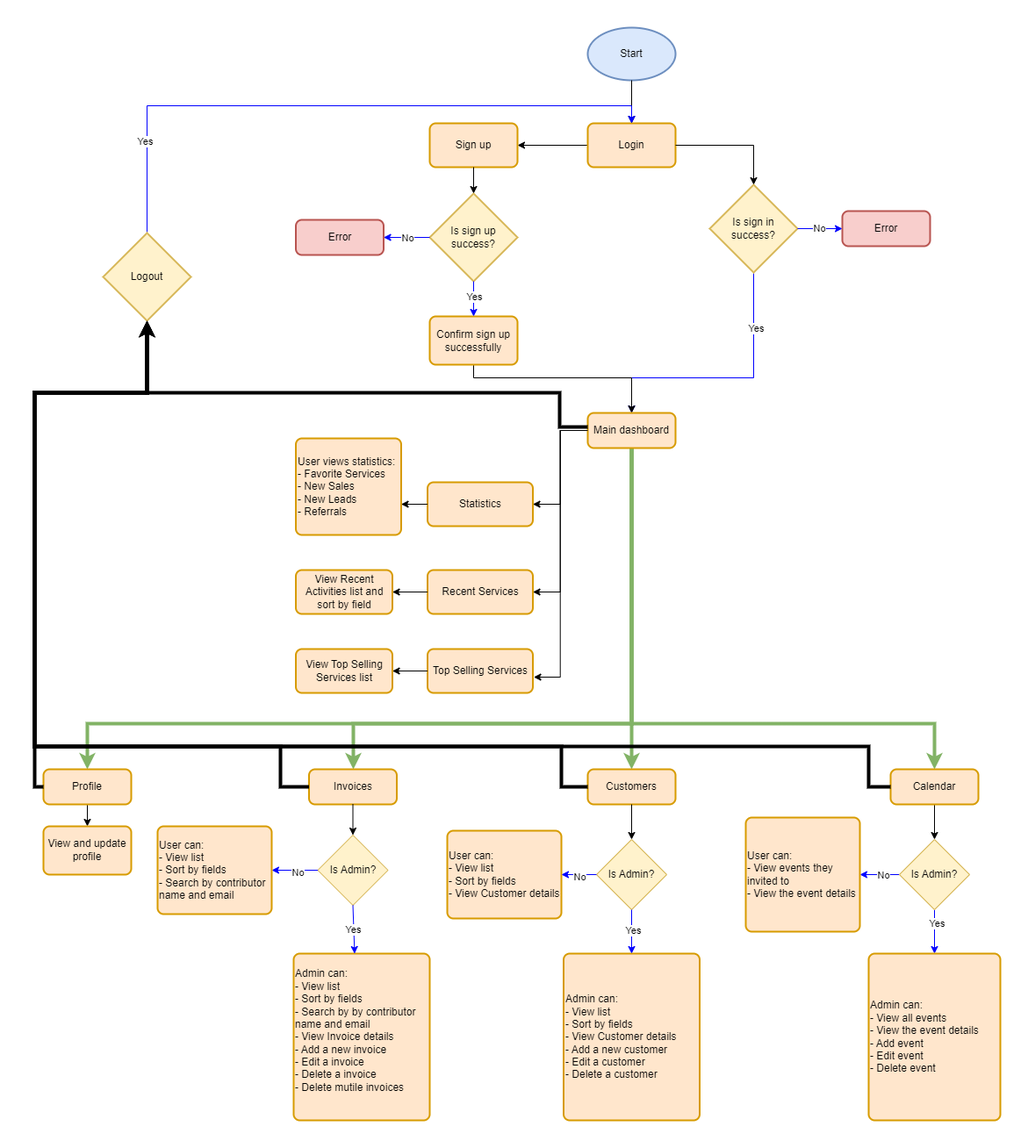
This is public/work-flow.png from duyngo-agilityio/wons-test-pagespeed, a draw.io export, as it was before one commit. Source tidied: cells renumbered, new cells last; positions are measured from the earlier drawing's top-left corner, leaving out a move shared by most shapes.
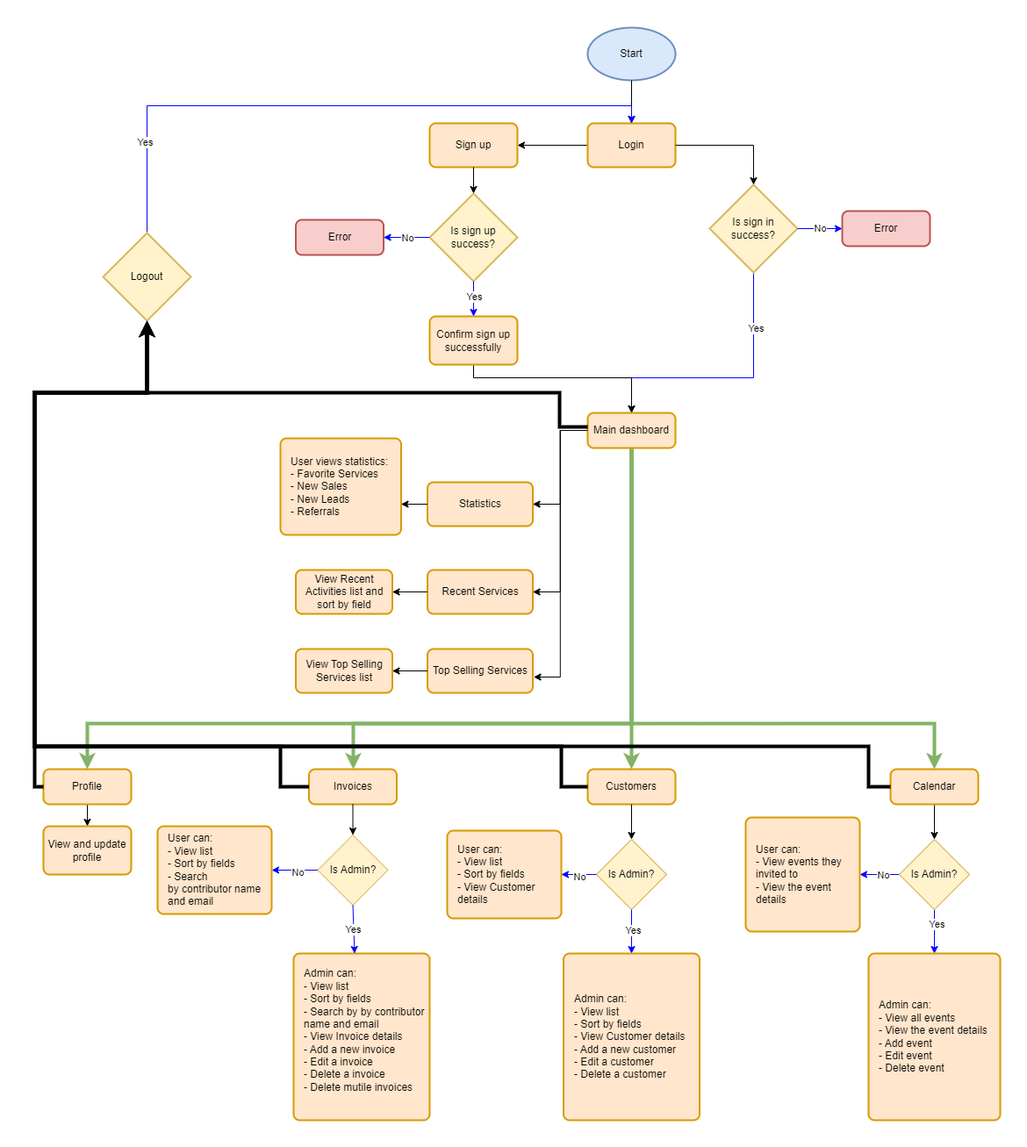
After the commit.

Change to the diagram source:
```diff
@@ -75,8 +75,8 @@
     <mxCell id="17" value="Main dashboard" style="rounded=1;whiteSpace=wrap;html=1;absoluteArcSize=1;arcSize=14;strokeWidth=2;fillColor=#ffe6cc;strokeColor=#d79b00;" parent="1" vertex="1">
       <mxGeometry x="630" y="439" width="100" height="40" as="geometry" />
     </mxCell>
-    <mxCell id="18" value="User views statistics:&lt;div&gt;- Favorite Services&lt;/div&gt;&lt;div&gt;- New Sales&lt;/div&gt;&lt;div&gt;- New Leads&lt;/div&gt;&lt;div&gt;- Referrals&lt;/div&gt;" style="rounded=1;whiteSpace=wrap;html=1;absoluteArcSize=1;arcSize=14;strokeWidth=2;align=left;fillColor=#ffe6cc;strokeColor=#d79b00;" parent="1" vertex="1">
-      <mxGeometry x="297.5" y="468" width="120" height="110" as="geometry" />
+    <mxCell id="18" value="User views statistics:&lt;div&gt;- Favorite Services&lt;/div&gt;&lt;div&gt;- New Sales&lt;/div&gt;&lt;div&gt;- New Leads&lt;/div&gt;&lt;div&gt;- Referrals&lt;/div&gt;" style="rounded=1;whiteSpace=wrap;html=1;absoluteArcSize=1;arcSize=14;strokeWidth=2;align=left;fillColor=#ffe6cc;strokeColor=#d79b00;spacingLeft=10;" parent="1" vertex="1">
+      <mxGeometry x="280" y="468" width="137.5" height="110" as="geometry" />
     </mxCell>
     <mxCell id="19" value="Recent Services" style="rounded=1;whiteSpace=wrap;html=1;absoluteArcSize=1;arcSize=14;strokeWidth=2;fillColor=#ffe6cc;strokeColor=#d79b00;" parent="1" vertex="1">
       <mxGeometry x="447.5" y="618" width="120" height="50" as="geometry" />
@@ -135,7 +135,7 @@
     <mxCell id="37" value="Is Admin?" style="rhombus;whiteSpace=wrap;html=1;fillColor=#fff2cc;strokeColor=#d6b656;" parent="1" vertex="1">
       <mxGeometry x="322.5" y="920" width="80" height="80" as="geometry" />
     </mxCell>
-    <mxCell id="38" value="Admin can:&lt;div&gt;- View list&lt;/div&gt;&lt;div&gt;- Sort by fields&lt;/div&gt;&lt;div&gt;- Search by&amp;nbsp;&lt;span style=&quot;background-color: initial;&quot;&gt;by contributor name and email&lt;/span&gt;&lt;/div&gt;&lt;div&gt;&lt;span style=&quot;background-color: initial;&quot;&gt;- View Invoice details&lt;/span&gt;&lt;/div&gt;&lt;div&gt;&lt;span style=&quot;background-color: initial;&quot;&gt;- Add a new invoice&lt;/span&gt;&lt;/div&gt;&lt;div&gt;&lt;span style=&quot;background-color: initial;&quot;&gt;- Edit a invoice&lt;/span&gt;&lt;/div&gt;&lt;div&gt;&lt;span style=&quot;background-color: initial;&quot;&gt;- Delete a invoice&lt;/span&gt;&lt;/div&gt;&lt;div&gt;&lt;span style=&quot;background-color: initial;&quot;&gt;- Delete mutile invoices&lt;/span&gt;&lt;/div&gt;&lt;div&gt;&lt;span style=&quot;background-color: initial;&quot;&gt;&lt;br&gt;&lt;/span&gt;&lt;/div&gt;" style="rounded=1;whiteSpace=wrap;html=1;absoluteArcSize=1;arcSize=14;strokeWidth=2;align=left;fillColor=#ffe6cc;strokeColor=#d79b00;" parent="1" vertex="1">
+    <mxCell id="38" value="Admin can:&lt;div&gt;- View list&lt;/div&gt;&lt;div&gt;- Sort by fields&lt;/div&gt;&lt;div&gt;- Search by&amp;nbsp;&lt;span style=&quot;background-color: initial;&quot;&gt;by contributor name and email&lt;/span&gt;&lt;/div&gt;&lt;div&gt;&lt;span style=&quot;background-color: initial;&quot;&gt;- View Invoice details&lt;/span&gt;&lt;/div&gt;&lt;div&gt;&lt;span style=&quot;background-color: initial;&quot;&gt;- Add a new invoice&lt;/span&gt;&lt;/div&gt;&lt;div&gt;&lt;span style=&quot;background-color: initial;&quot;&gt;- Edit a invoice&lt;/span&gt;&lt;/div&gt;&lt;div&gt;&lt;span style=&quot;background-color: initial;&quot;&gt;- Delete a invoice&lt;/span&gt;&lt;/div&gt;&lt;div&gt;&lt;span style=&quot;background-color: initial;&quot;&gt;- Delete mutile invoices&lt;/span&gt;&lt;/div&gt;&lt;div&gt;&lt;span style=&quot;background-color: initial;&quot;&gt;&lt;br&gt;&lt;/span&gt;&lt;/div&gt;" style="rounded=1;whiteSpace=wrap;html=1;absoluteArcSize=1;arcSize=14;strokeWidth=2;align=left;fillColor=#ffe6cc;strokeColor=#d79b00;spacingLeft=10;" parent="1" vertex="1">
       <mxGeometry x="295" y="1055" width="155" height="190" as="geometry" />
     </mxCell>
     <mxCell id="39" style="endArrow=classic;html=1;rounded=0;exitX=0.5;exitY=1;exitDx=0;exitDy=0;entryX=0.5;entryY=0;entryDx=0;entryDy=0;" parent="1" edge="1" source="30" target="37">
@@ -153,7 +153,7 @@
     <mxCell id="43" value="Yes" style="edgeLabel;html=1;align=center;verticalAlign=middle;" parent="42" vertex="1">
       <mxGeometry x="-0.03" y="-1" relative="1" as="geometry" />
     </mxCell>
-    <mxCell id="44" value="User can:&lt;div&gt;- View list&lt;/div&gt;&lt;div&gt;&lt;div&gt;- Sort by fields&lt;/div&gt;&lt;div&gt;- Search by&lt;span style=&quot;background-color: initial;&quot;&gt;&amp;nbsp;contributor name and email&lt;/span&gt;&lt;/div&gt;&lt;/div&gt;" style="rounded=1;whiteSpace=wrap;html=1;absoluteArcSize=1;arcSize=14;strokeWidth=2;align=left;fillColor=#ffe6cc;strokeColor=#d79b00;" parent="1" vertex="1">
+    <mxCell id="44" value="User can:&lt;div&gt;- View list&lt;/div&gt;&lt;div&gt;&lt;div&gt;- Sort by fields&lt;/div&gt;&lt;div&gt;- Search by&lt;span style=&quot;background-color: initial;&quot;&gt;&amp;nbsp;contributor name and email&lt;/span&gt;&lt;/div&gt;&lt;/div&gt;" style="rounded=1;whiteSpace=wrap;html=1;absoluteArcSize=1;arcSize=14;strokeWidth=2;align=left;fillColor=#ffe6cc;strokeColor=#d79b00;spacingLeft=10;" parent="1" vertex="1">
       <mxGeometry x="140" y="910" width="130" height="100" as="geometry" />
     </mxCell>
     <mxCell id="45" value="Is Admin?" style="rhombus;whiteSpace=wrap;html=1;fillColor=#fff2cc;strokeColor=#d6b656;" parent="1" vertex="1">
@@ -162,7 +162,7 @@
     <mxCell id="46" style="endArrow=classic;html=1;rounded=0;exitX=0.5;exitY=1;exitDx=0;exitDy=0;entryX=0.5;entryY=0;entryDx=0;entryDy=0;" parent="1" edge="1" source="34" target="45">
       <mxGeometry relative="1" as="geometry" />
     </mxCell>
-    <mxCell id="47" value="Admin can:&lt;div&gt;- View list&lt;/div&gt;&lt;div&gt;- Sort by fields&lt;/div&gt;&lt;div&gt;&lt;span style=&quot;background-color: initial;&quot;&gt;- View Customer details&lt;/span&gt;&lt;/div&gt;&lt;div&gt;&lt;span style=&quot;background-color: initial;&quot;&gt;- Add a new customer&lt;/span&gt;&lt;/div&gt;&lt;div&gt;&lt;span style=&quot;background-color: initial;&quot;&gt;- Edit a customer&lt;/span&gt;&lt;/div&gt;&lt;div&gt;&lt;span style=&quot;background-color: initial;&quot;&gt;- Delete a customer&lt;/span&gt;&lt;/div&gt;" style="rounded=1;whiteSpace=wrap;html=1;absoluteArcSize=1;arcSize=14;strokeWidth=2;align=left;fillColor=#ffe6cc;strokeColor=#d79b00;" parent="1" vertex="1">
+    <mxCell id="47" value="Admin can:&lt;div&gt;- View list&lt;/div&gt;&lt;div&gt;- Sort by fields&lt;/div&gt;&lt;div&gt;&lt;span style=&quot;background-color: initial;&quot;&gt;- View Customer details&lt;/span&gt;&lt;/div&gt;&lt;div&gt;&lt;span style=&quot;background-color: initial;&quot;&gt;- Add a new customer&lt;/span&gt;&lt;/div&gt;&lt;div&gt;&lt;span style=&quot;background-color: initial;&quot;&gt;- Edit a customer&lt;/span&gt;&lt;/div&gt;&lt;div&gt;&lt;span style=&quot;background-color: initial;&quot;&gt;- Delete a customer&lt;/span&gt;&lt;/div&gt;" style="rounded=1;whiteSpace=wrap;html=1;absoluteArcSize=1;arcSize=14;strokeWidth=2;align=left;fillColor=#ffe6cc;strokeColor=#d79b00;spacingLeft=10;" parent="1" vertex="1">
       <mxGeometry x="602.5" y="1055" width="155" height="190" as="geometry" />
     </mxCell>
     <mxCell id="48" style="endArrow=classic;html=1;rounded=0;exitX=0.5;exitY=1;exitDx=0;exitDy=0;entryX=0.5;entryY=0;entryDx=0;entryDy=0;strokeColor=#0000FF;" parent="1" edge="1" source="45" target="47">
@@ -186,7 +186,7 @@
     <mxCell id="54" value="Is Admin?" style="rhombus;whiteSpace=wrap;html=1;fillColor=#fff2cc;strokeColor=#d6b656;" parent="1" vertex="1">
       <mxGeometry x="985" y="925" width="80" height="80" as="geometry" />
     </mxCell>
-    <mxCell id="55" value="User can:&lt;br&gt;- View list&amp;nbsp;&lt;div&gt;- Sort by fields&lt;/div&gt;&lt;div&gt;- View Customer details&lt;/div&gt;" style="rounded=1;whiteSpace=wrap;html=1;absoluteArcSize=1;arcSize=14;strokeWidth=2;align=left;fillColor=#ffe6cc;strokeColor=#d79b00;" parent="1" vertex="1">
+    <mxCell id="55" value="User can:&lt;br&gt;- View list&amp;nbsp;&lt;div&gt;- Sort by fields&lt;/div&gt;&lt;div&gt;- View Customer details&lt;/div&gt;" style="rounded=1;whiteSpace=wrap;html=1;absoluteArcSize=1;arcSize=14;strokeWidth=2;align=left;fillColor=#ffe6cc;strokeColor=#d79b00;spacingLeft=10;" parent="1" vertex="1">
       <mxGeometry x="470" y="915" width="130" height="100" as="geometry" />
     </mxCell>
     <mxCell id="56" style="endArrow=classic;html=1;rounded=0;exitX=0;exitY=0.5;exitDx=0;exitDy=0;entryX=1;entryY=0.5;entryDx=0;entryDy=0;strokeColor=#0000FF;" parent="1" edge="1" source="45" target="55">
@@ -195,10 +195,10 @@
     <mxCell id="57" value="No" style="edgeLabel;html=1;align=center;verticalAlign=middle;" parent="56" vertex="1">
       <mxGeometry x="-0.02" y="2" relative="1" as="geometry" />
     </mxCell>
-    <mxCell id="58" value="Admin can:&lt;br&gt;&lt;div style=&quot;text-align: left;&quot;&gt;&lt;span style=&quot;background-color: initial;&quot;&gt;- View all events&lt;/span&gt;&lt;/div&gt;&lt;div style=&quot;text-align: left;&quot;&gt;&lt;span style=&quot;background-color: initial;&quot;&gt;- View the event details&lt;/span&gt;&lt;/div&gt;&lt;div style=&quot;text-align: left;&quot;&gt;&lt;span style=&quot;background-color: initial;&quot;&gt;- Add event&lt;/span&gt;&lt;/div&gt;&lt;div style=&quot;text-align: left;&quot;&gt;&lt;span style=&quot;background-color: initial;&quot;&gt;- Edit event&lt;/span&gt;&lt;/div&gt;&lt;div style=&quot;text-align: left;&quot;&gt;&lt;span style=&quot;background-color: initial;&quot;&gt;- Delete event&lt;/span&gt;&lt;/div&gt;" style="rounded=1;whiteSpace=wrap;html=1;absoluteArcSize=1;arcSize=14;strokeWidth=2;align=left;fillColor=#ffe6cc;strokeColor=#d79b00;" parent="1" vertex="1">
+    <mxCell id="58" value="Admin can:&lt;br&gt;&lt;div style=&quot;text-align: left;&quot;&gt;&lt;span style=&quot;background-color: initial;&quot;&gt;- View all events&lt;/span&gt;&lt;/div&gt;&lt;div style=&quot;text-align: left;&quot;&gt;&lt;span style=&quot;background-color: initial;&quot;&gt;- View the event details&lt;/span&gt;&lt;/div&gt;&lt;div style=&quot;text-align: left;&quot;&gt;&lt;span style=&quot;background-color: initial;&quot;&gt;- Add event&lt;/span&gt;&lt;/div&gt;&lt;div style=&quot;text-align: left;&quot;&gt;&lt;span style=&quot;background-color: initial;&quot;&gt;- Edit event&lt;/span&gt;&lt;/div&gt;&lt;div style=&quot;text-align: left;&quot;&gt;&lt;span style=&quot;background-color: initial;&quot;&gt;- Delete event&lt;/span&gt;&lt;/div&gt;" style="rounded=1;whiteSpace=wrap;html=1;absoluteArcSize=1;arcSize=14;strokeWidth=2;align=left;fillColor=#ffe6cc;strokeColor=#d79b00;spacingLeft=10;" parent="1" vertex="1">
       <mxGeometry x="950" y="1055" width="150" height="190" as="geometry" />
     </mxCell>
-    <mxCell id="59" value="User can:&lt;div&gt;- View events they invited to&lt;/div&gt;&lt;div&gt;- View the event details&lt;/div&gt;" style="rounded=1;whiteSpace=wrap;html=1;absoluteArcSize=1;arcSize=14;strokeWidth=2;align=left;direction=south;fillColor=#ffe6cc;strokeColor=#d79b00;" parent="1" vertex="1">
+    <mxCell id="59" value="User can:&lt;div&gt;- View events they invited to&lt;/div&gt;&lt;div&gt;- View the event details&lt;/div&gt;" style="rounded=1;whiteSpace=wrap;html=1;absoluteArcSize=1;arcSize=14;strokeWidth=2;align=left;direction=south;fillColor=#ffe6cc;strokeColor=#d79b00;spacingLeft=10;" parent="1" vertex="1">
       <mxGeometry x="810" y="900" width="130" height="130" as="geometry" />
     </mxCell>
     <mxCell id="60" style="edgeStyle=orthogonalEdgeStyle;rounded=0;jettySize=auto;html=1;entryX=1;entryY=0.5;entryDx=0;entryDy=0;" parent="1" edge="1" source="61" target="62">
```
